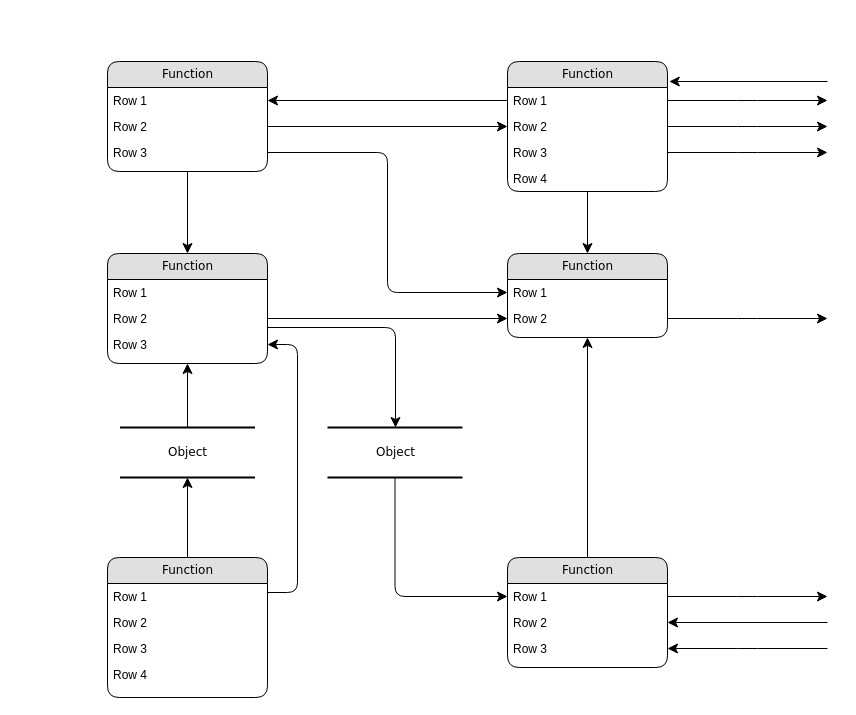
The draw.io diagram Untitled Diagram.drawio in apidong/apidong, before the edit. Source tidied: cells renumbered, new cells numbered last; positions are measured from the earlier drawing's top-left corner, leaving out a move shared by most shapes. Both pictures are drawn from the tidied source at 100%, with x=0, y=0 at pixel (107, 61).
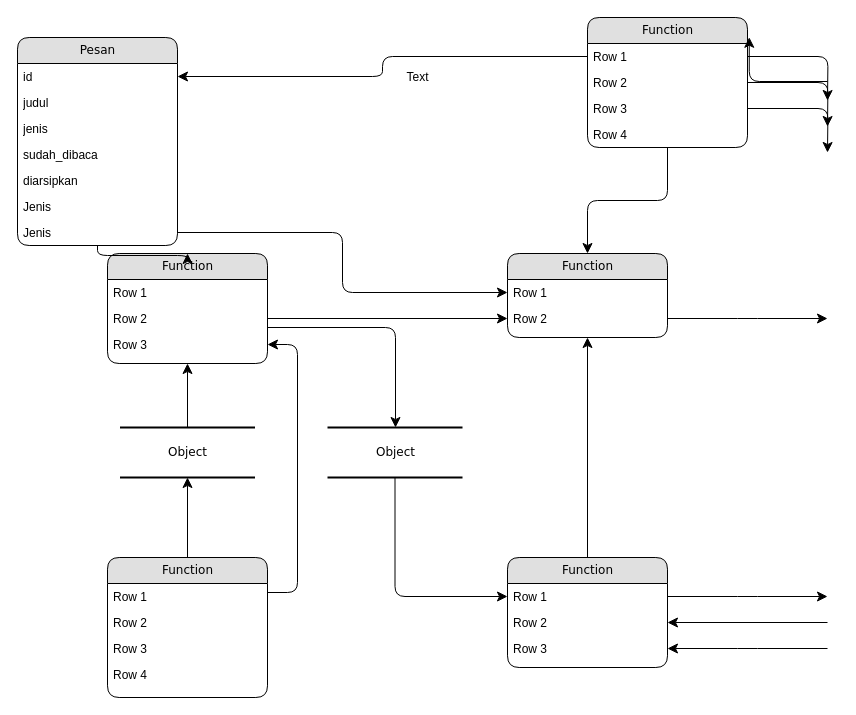
Above is the later version.

The change refers to these unchanged cells:
```xml
<mxCell id="9" value="Row 2" style="text;html=1;strokeColor=none;fillColor=none;spacingLeft=4;spacingRight=4;whiteSpace=wrap;overflow=hidden;points=[[0,0.5],[1,0.5]];portConstraint=eastwest;" parent="7" vertex="1">
  <mxGeometry y="52" width="160" height="26" as="geometry" />
</mxCell>
```

The edit, as a diff of the source:
```diff
@@
-    <mxCell id="3" value="Function" style="swimlane;html=1;fontStyle=0;horizontal=1;startSize=26;fillColor=#e0e0e0;swimlaneFillColor=#ffffff;align=center;rounded=1;shadow=0;comic=0;labelBackgroundColor=none;strokeWidth=1;fontFamily=Verdana;fontSize=12;" parent="1" vertex="1">
-      <mxGeometry width="160" height="110" as="geometry" />
+    <mxCell id="3" value="Pesan" style="swimlane;html=1;fontStyle=0;horizontal=1;startSize=26;fillColor=#e0e0e0;swimlaneFillColor=#ffffff;align=center;rounded=1;shadow=0;comic=0;labelBackgroundColor=none;strokeWidth=1;fontFamily=Verdana;fontSize=12;" parent="1" vertex="1">
+      <mxGeometry x="-90" y="-24" width="160" height="208" as="geometry" />
     </mxCell>
-    <mxCell id="4" value="Row 1" style="text;html=1;strokeColor=none;fillColor=none;spacingLeft=4;spacingRight=4;whiteSpace=wrap;overflow=hidden;points=[[0,0.5],[1,0.5]];portConstraint=eastwest;" parent="3" vertex="1">
+    <mxCell id="4" value="id" style="text;html=1;strokeColor=none;fillColor=none;spacingLeft=4;spacingRight=4;whiteSpace=wrap;overflow=hidden;points=[[0,0.5],[1,0.5]];portConstraint=eastwest;" parent="3" vertex="1">
       <mxGeometry y="26" width="160" height="26" as="geometry" />
     </mxCell>
-    <mxCell id="5" value="Row 2" style="text;html=1;strokeColor=none;fillColor=none;spacingLeft=4;spacingRight=4;whiteSpace=wrap;overflow=hidden;points=[[0,0.5],[1,0.5]];portConstraint=eastwest;" parent="3" vertex="1">
+    <mxCell id="5" value="judul" style="text;html=1;strokeColor=none;fillColor=none;spacingLeft=4;spacingRight=4;whiteSpace=wrap;overflow=hidden;points=[[0,0.5],[1,0.5]];portConstraint=eastwest;" parent="3" vertex="1">
       <mxGeometry y="52" width="160" height="26" as="geometry" />
     </mxCell>
+    <mxCell id="49" value="jenis" style="text;html=1;strokeColor=none;fillColor=none;spacingLeft=4;spacingRight=4;whiteSpace=wrap;overflow=hidden;" parent="3" vertex="1">
+      <mxGeometry y="78" width="160" height="26" as="geometry" />
+    </mxCell>
+    <mxCell id="50" value="sudah_dibaca" style="text;html=1;strokeColor=none;fillColor=none;spacingLeft=4;spacingRight=4;whiteSpace=wrap;overflow=hidden;" parent="3" vertex="1">
+      <mxGeometry y="104" width="160" height="26" as="geometry" />
+    </mxCell>
+    <mxCell id="51" value="diarsipkan" style="text;html=1;strokeColor=none;fillColor=none;spacingLeft=4;spacingRight=4;whiteSpace=wrap;overflow=hidden;" parent="3" vertex="1">
+      <mxGeometry y="130" width="160" height="26" as="geometry" />
+    </mxCell>
+    <mxCell id="52" value="Jenis" style="text;html=1;strokeColor=none;fillColor=none;spacingLeft=4;spacingRight=4;whiteSpace=wrap;overflow=hidden;" parent="3" vertex="1">
+      <mxGeometry y="156" width="160" height="26" as="geometry" />
+    </mxCell>
-    <mxCell id="6" value="Row 3" style="text;html=1;strokeColor=none;fillColor=none;spacingLeft=4;spacingRight=4;whiteSpace=wrap;overflow=hidden;points=[[0,0.5],[1,0.5]];portConstraint=eastwest;" parent="3" vertex="1">
-      <mxGeometry y="78" width="160" height="26" as="geometry" />
+    <mxCell id="6" value="Jenis" style="text;html=1;strokeColor=none;fillColor=none;spacingLeft=4;spacingRight=4;whiteSpace=wrap;overflow=hidden;points=[[0,0.5],[1,0.5]];portConstraint=eastwest;" parent="3" vertex="1">
+      <mxGeometry y="182" width="160" height="26" as="geometry" />
     </mxCell>
     <mxCell id="7" value="Function" style="swimlane;html=1;fontStyle=0;horizontal=1;startSize=26;fillColor=#e0e0e0;swimlaneFillColor=#ffffff;align=center;rounded=1;shadow=0;comic=0;labelBackgroundColor=none;strokeWidth=1;fontFamily=Verdana;fontSize=12;" parent="1" vertex="1">
-      <mxGeometry x="400" width="160" height="130" as="geometry" />
+      <mxGeometry x="480" y="-44" width="160" height="130" as="geometry" />
     </mxCell>
@@
-    <mxCell id="37" style="edgeStyle=orthogonalEdgeStyle;html=1;entryX=0;entryY=0.5;labelBackgroundColor=none;startFill=0;startSize=8;endFill=1;endSize=8;fontFamily=Verdana;fontSize=12;exitX=1;exitY=0.5;" parent="1" edge="1" source="5" target="9">
-      <mxGeometry relative="1" as="geometry" />
-    </mxCell>
@@
+    <mxCell id="53" value="Text" style="text;html=1;align=center;verticalAlign=middle;strokeColor=none;fillColor=none;" parent="1" vertex="1">
+      <mxGeometry x="290" y="6" width="40" height="20" as="geometry" />
+    </mxCell>
```
